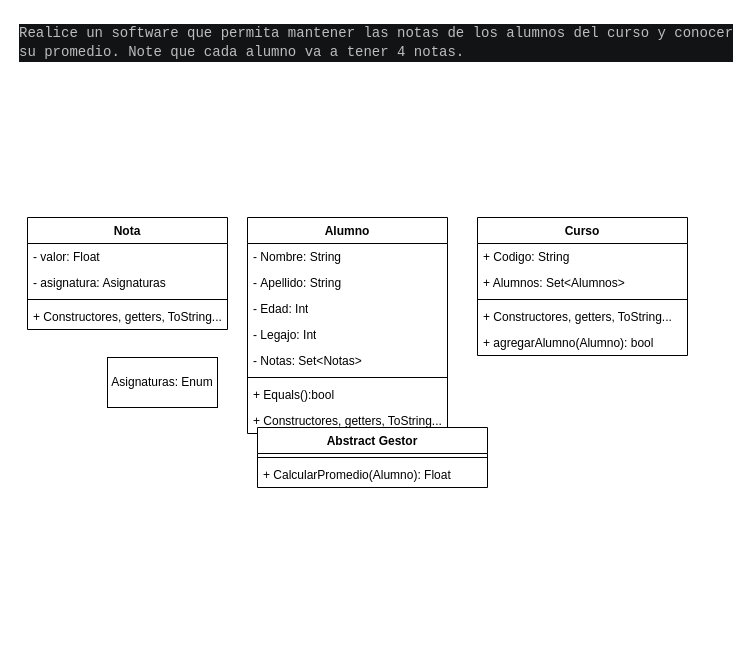
The draw.io diagram DiagramaDeFlujo.drawio in GlobyteFranco/Ejercicio_Nro.3_Notas_De_Alumnos, before the edit. Source tidied: cells renumbered, new cells numbered last; positions are measured from the earlier drawing's top-left corner, leaving out a move shared by most shapes. Both pictures are drawn from the tidied source at 100%, with x=0, y=0 at pixel (17, 17).
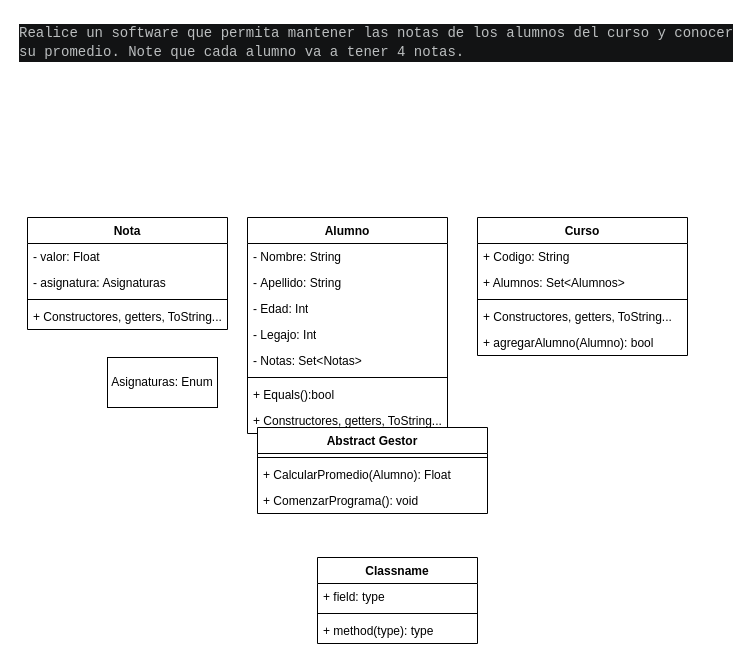
After the change.

Change to the diagram source:
```diff
@@
     <mxCell id="23" value="Abstract Gestor" style="swimlane;fontStyle=1;align=center;verticalAlign=top;horizontal=1;startSize=26;whiteSpace=wrap;html=1;" parent="1" vertex="1">
-      <mxGeometry x="240" y="410" width="230" height="60" as="geometry" />
+      <mxGeometry x="240" y="410" width="230" height="86" as="geometry" />
     </mxCell>
@@
+    <mxCell id="27" value="+ CalcularPromedio(Alumno): Float" style="text;strokeColor=none;fillColor=none;align=left;verticalAlign=top;spacingLeft=4;spacingRight=4;overflow=hidden;whiteSpace=wrap;html=1;" parent="23" vertex="1">
+      <mxGeometry y="34" width="230" height="26" as="geometry" />
+    </mxCell>
-    <mxCell id="25" value="+ CalcularPromedio(Alumno): Float" style="text;strokeColor=none;fillColor=none;align=left;verticalAlign=top;spacingLeft=4;spacingRight=4;overflow=hidden;whiteSpace=wrap;html=1;" parent="23" vertex="1">
-      <mxGeometry y="34" width="230" height="26" as="geometry" />
+    <mxCell id="25" value="+ ComenzarPrograma(): void" style="text;strokeColor=none;fillColor=none;align=left;verticalAlign=top;spacingLeft=4;spacingRight=4;overflow=hidden;whiteSpace=wrap;html=1;" parent="23" vertex="1">
+      <mxGeometry y="60" width="230" height="26" as="geometry" />
     </mxCell>
@@
+    <mxCell id="28" value="Classname" style="swimlane;fontStyle=1;align=center;verticalAlign=top;horizontal=1;startSize=26;whiteSpace=wrap;html=1;" parent="1" vertex="1">
+      <mxGeometry x="300" y="540" width="160" height="86" as="geometry" />
+    </mxCell>
+    <mxCell id="29" value="+ field: type" style="text;strokeColor=none;fillColor=none;align=left;verticalAlign=top;spacingLeft=4;spacingRight=4;overflow=hidden;whiteSpace=wrap;html=1;" parent="28" vertex="1">
+      <mxGeometry y="26" width="160" height="26" as="geometry" />
+    </mxCell>
+    <mxCell id="30" style="line;strokeWidth=1;fillColor=none;align=left;verticalAlign=middle;spacingTop=-1;spacingLeft=3;spacingRight=3;labelPosition=right;strokeColor=inherit;" parent="28" vertex="1">
+      <mxGeometry y="52" width="160" height="8" as="geometry" />
+    </mxCell>
+    <mxCell id="31" value="+ method(type): type" style="text;strokeColor=none;fillColor=none;align=left;verticalAlign=top;spacingLeft=4;spacingRight=4;overflow=hidden;whiteSpace=wrap;html=1;" parent="28" vertex="1">
+      <mxGeometry y="60" width="160" height="26" as="geometry" />
+    </mxCell>
```
